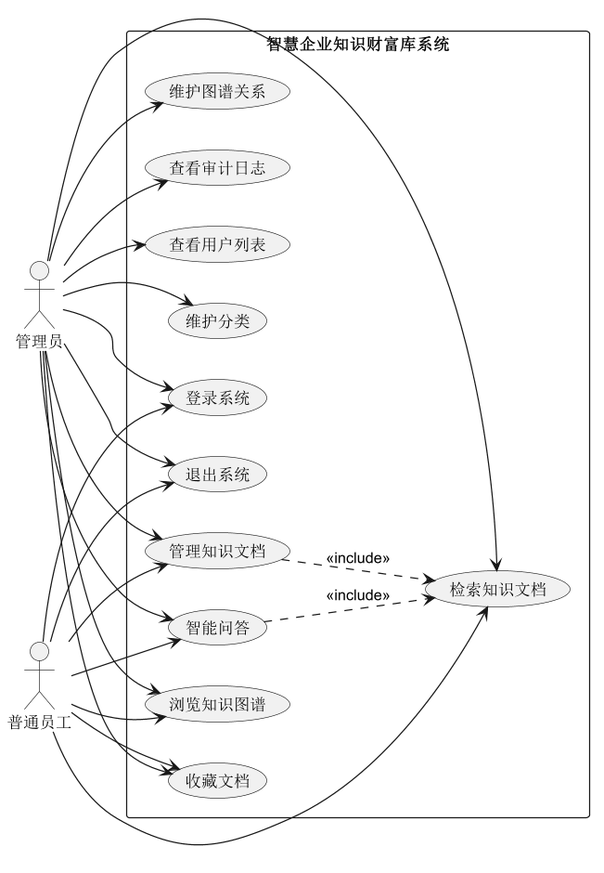
Earlier version of the PlantUML export docs/uml/rendered/01-用例图.png (Shigurekaya/test-web).
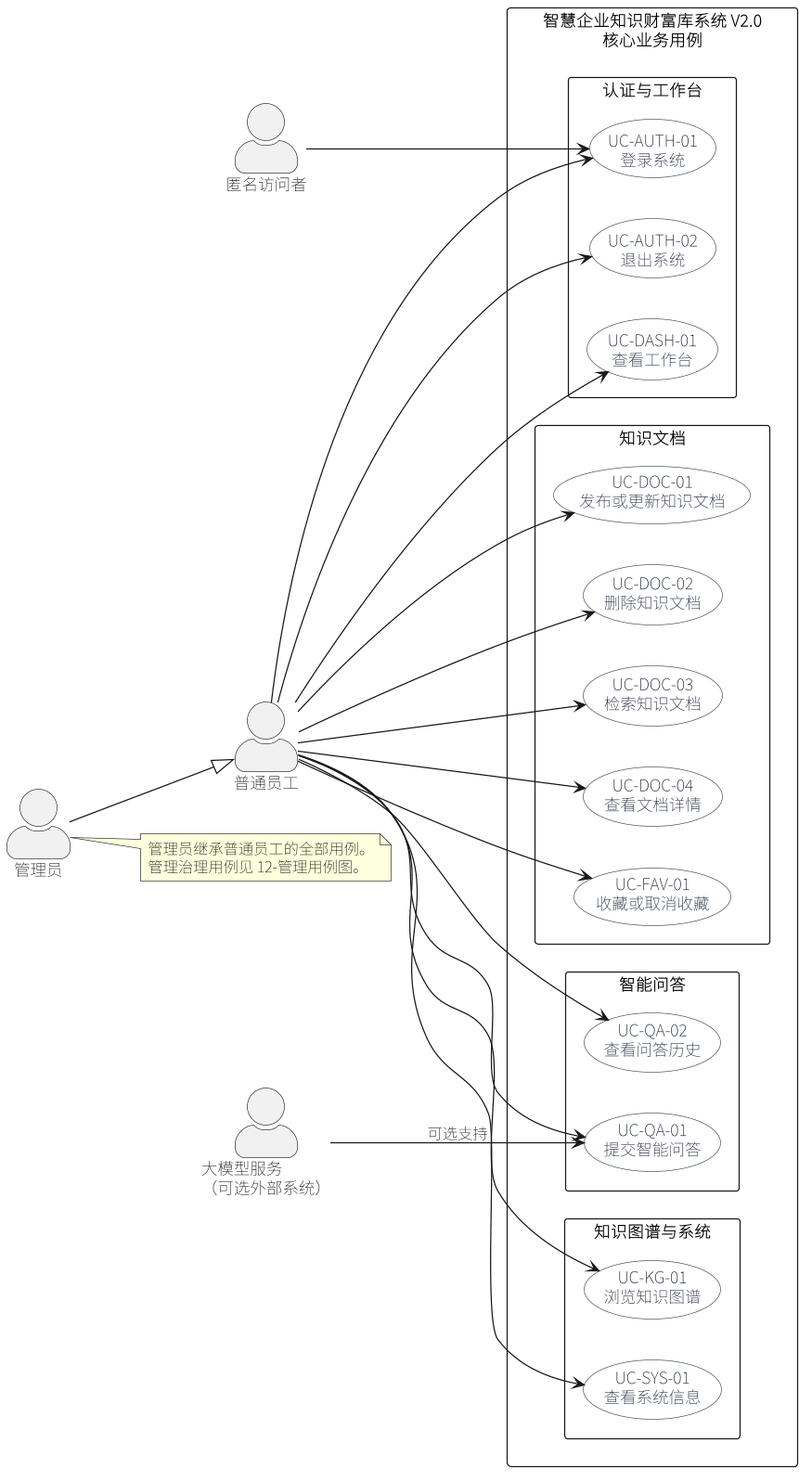
Later version of the same file.

Change to the diagram source:
```diff
@@ -11,44 +11,66 @@
 skinparam ClassAttributeFontSize 12
 skinparam NoteFontSize 13
 left to right direction
+skinparam backgroundColor #FFFFFF
+skinparam shadowing false
 skinparam packageStyle rectangle
-actor "管理员" as Admin
-actor "普通员工" as Emp
-
-rectangle "智慧企业知识财富库系统" {
-  usecase "登录系统" as UC1
-  usecase "退出系统" as UC2
-  usecase "管理知识文档" as UC3
-  usecase "检索知识文档" as UC4
-  usecase "智能问答" as UC5
-  usecase "浏览知识图谱" as UC6
-  usecase "收藏文档" as UC7
-  usecase "维护分类" as UC8
-  usecase "维护图谱关系" as UC9
-  usecase "查看审计日志" as UC10
-  usecase "查看用户列表" as UC11
+skinparam actorStyle awesome
+skinparam usecase {
+  BackgroundColor #F8FAFC
+  BorderColor #334155
+  FontColor #0F172A
 }
 
-Emp --> UC1
-Emp --> UC2
-Emp --> UC3
-Emp --> UC4
-Emp --> UC5
-Emp --> UC6
-Emp --> UC7
+actor "匿名访问者" as Guest
+actor "普通员工" as Employee
+actor "管理员" as Admin
+actor "大模型服务\n（可选外部系统）" as LLM
+Admin --|> Employee
 
-Admin --> UC1
-Admin --> UC2
-Admin --> UC3
-Admin --> UC4
-Admin --> UC5
-Admin --> UC6
-Admin --> UC7
-Admin --> UC8
-Admin --> UC9
-Admin --> UC10
-Admin --> UC11
+rectangle "智慧企业知识财富库系统 V2.0\n核心业务用例" {
+  package "认证与工作台" {
+    usecase "UC-AUTH-01\n登录系统" as Login
+    usecase "UC-AUTH-02\n退出系统" as Logout
+    usecase "UC-DASH-01\n查看工作台" as Dashboard
+  }
 
-UC3 ..> UC4 : <<include>>
-UC5 ..> UC4 : <<include>>
+  package "知识文档" {
+    usecase "UC-DOC-01\n发布或更新知识文档" as MaintainDoc
+    usecase "UC-DOC-02\n删除知识文档" as DeleteDoc
+    usecase "UC-DOC-03\n检索知识文档" as SearchDoc
+    usecase "UC-DOC-04\n查看文档详情" as ViewDoc
+    usecase "UC-FAV-01\n收藏或取消收藏" as Favorite
+  }
+
+  package "智能问答" {
+    usecase "UC-QA-01\n提交智能问答" as AskQA
+    usecase "UC-QA-02\n查看问答历史" as QAHistory
+  }
+
+  package "知识图谱与系统" {
+    usecase "UC-KG-01\n浏览知识图谱" as ViewGraph
+    usecase "UC-SYS-01\n查看系统信息" as About
+  }
+}
+
+Guest --> Login
+Employee --> Login
+Employee --> Logout
+Employee --> Dashboard
+Employee --> MaintainDoc
+Employee --> DeleteDoc
+Employee --> SearchDoc
+Employee --> ViewDoc
+Employee --> Favorite
+Employee --> AskQA
+Employee --> QAHistory
+Employee --> ViewGraph
+Employee --> About
+LLM --> AskQA : 可选支持
+
+note right of Admin
+  管理员继承普通员工的全部用例。
+  管理治理用例见 12-管理用例图。
+end note
+
 @enduml
```
